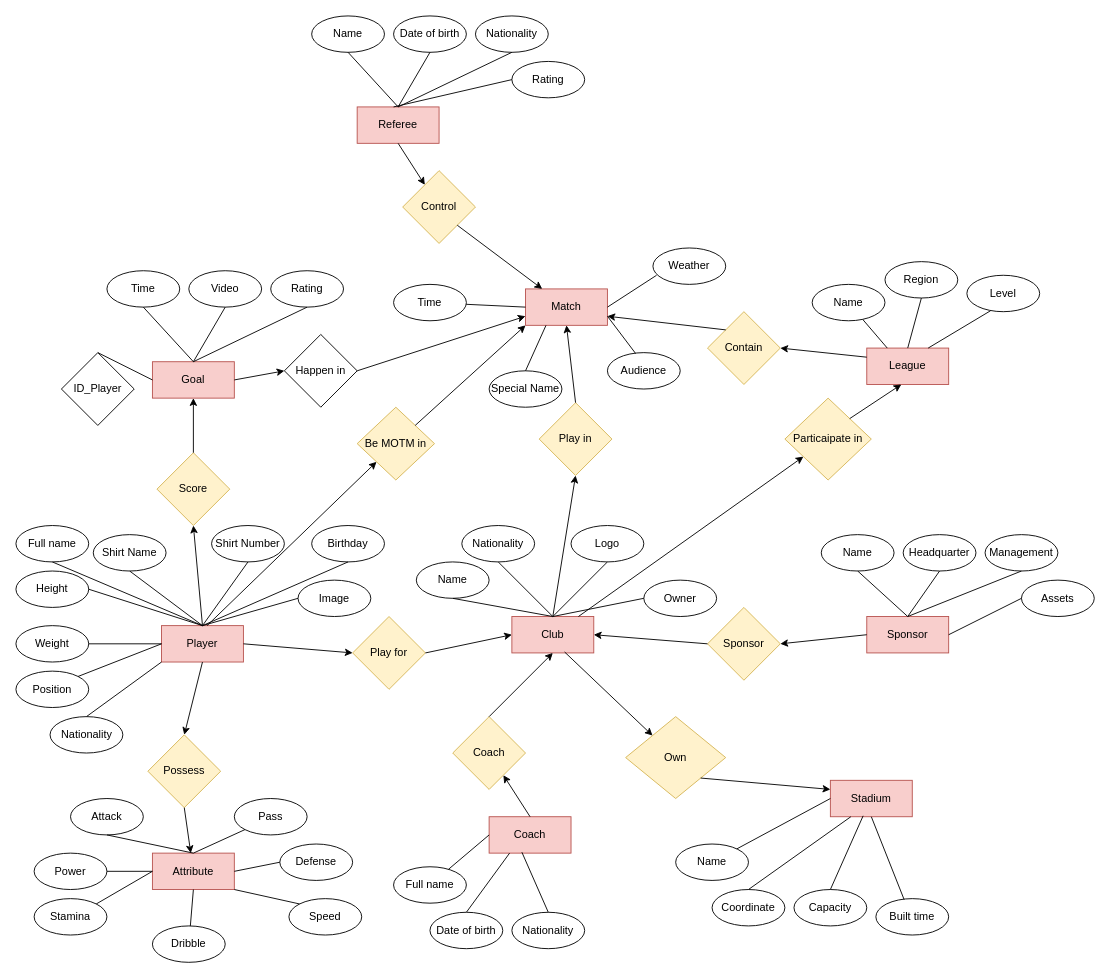
The draw.io diagram P33201/s291193/Lab3/ER_Diagram.drawio in sporrrtik/DataBases_22-23, before the edit. Source tidied: cells renumbered, new cells numbered last; positions are measured from the earlier drawing's top-left corner, leaving out a move shared by most shapes. Both pictures are drawn from the tidied source at 91%, with x=0, y=0 at pixel (15, 15).
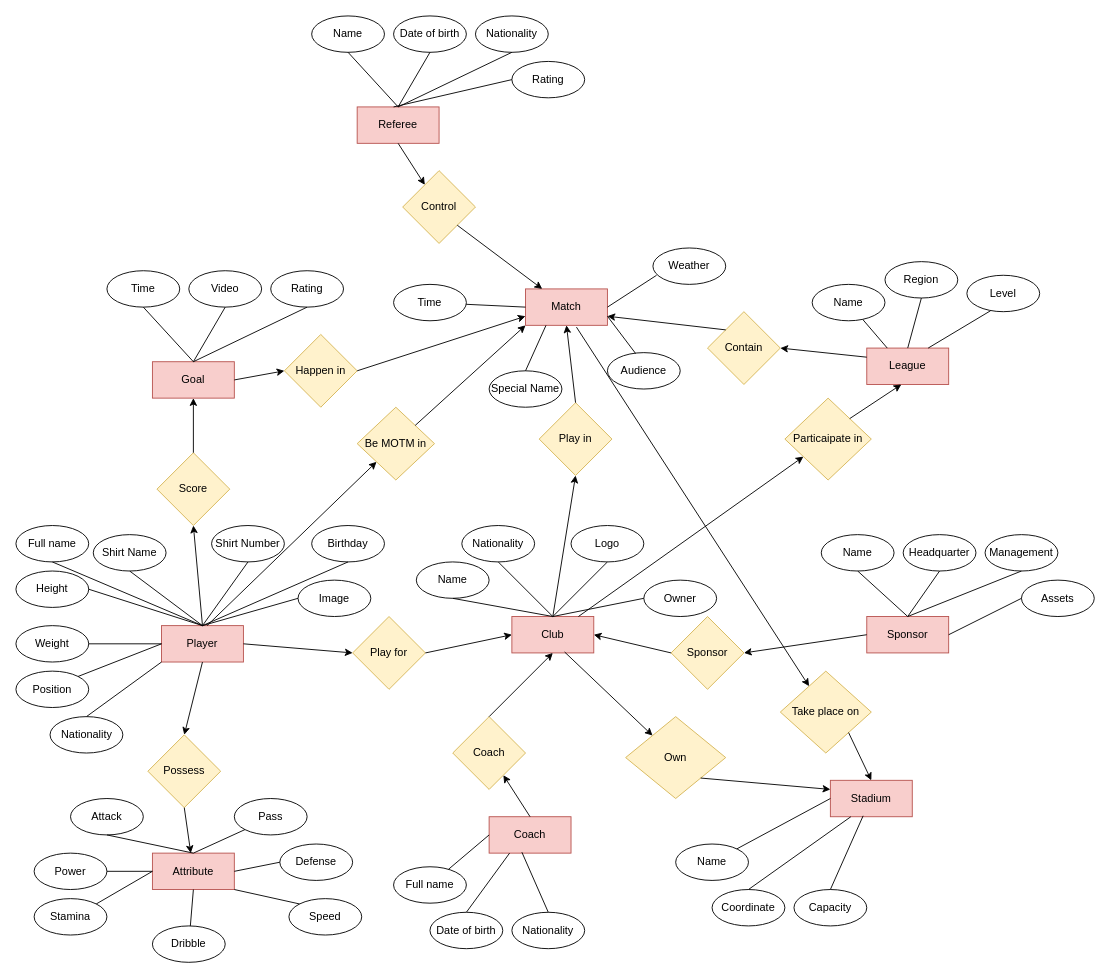
Above is the later version.

Unchanged cells that the change refers to:
```xml
<mxCell id="40" value="Match" style="rounded=0;whiteSpace=wrap;html=1;fillColor=#f8cecc;strokeColor=#b85450;" parent="1" vertex="1">
  <mxGeometry x="560" y="300" width="90" height="40" as="geometry" />
</mxCell>
<mxCell id="49" value="Stadium" style="rounded=0;whiteSpace=wrap;html=1;fillColor=#f8cecc;strokeColor=#b85450;" parent="1" vertex="1">
  <mxGeometry x="895" y="840" width="90" height="40" as="geometry" />
</mxCell>
<mxCell id="58" value="Goal" style="rounded=0;whiteSpace=wrap;html=1;fillColor=#f8cecc;strokeColor=#b85450;" parent="1" vertex="1">
  <mxGeometry x="150" y="380" width="90" height="40" as="geometry" />
</mxCell>
```

Diff of the diagram source:
```diff
@@
     <mxCell id="32" value="Sponsor" style="rhombus;whiteSpace=wrap;html=1;fillColor=#fff2cc;strokeColor=#d6b656;" parent="1" vertex="1">
-      <mxGeometry x="760" y="650" width="80" height="80" as="geometry" />
+      <mxGeometry x="720" y="660" width="80" height="80" as="geometry" />
     </mxCell>
@@
-    <mxCell id="56" value="Built time" style="ellipse;whiteSpace=wrap;html=1;" parent="1" vertex="1">
-      <mxGeometry x="945" y="970" width="80" height="40" as="geometry" />
-    </mxCell>
-    <mxCell id="57" style="endArrow=none;html=1;rounded=0;exitX=0.388;exitY=0.025;exitDx=0;exitDy=0;entryX=0.5;entryY=1;entryDx=0;entryDy=0;exitPerimeter=0;" parent="1" edge="1" source="56" target="49">
-      <mxGeometry relative="1" as="geometry" />
-    </mxCell>
@@
-    <mxCell id="65" style="endArrow=none;html=1;rounded=0;exitX=0.5;exitY=0;exitDx=0;exitDy=0;entryX=0;entryY=0.5;entryDx=0;entryDy=0;" parent="1" edge="1" source="66" target="58">
-      <mxGeometry relative="1" as="geometry" />
-    </mxCell>
-    <mxCell id="66" value="ID_Player" style="rhombus;whiteSpace=wrap;html=1;" parent="1" vertex="1">
-      <mxGeometry x="50" y="370" width="80" height="80" as="geometry" />
-    </mxCell>
@@
-    <mxCell id="123" value="Happen in" style="rhombus;whiteSpace=wrap;html=1;" parent="1" vertex="1">
+    <mxCell id="123" value="Happen in" style="rhombus;whiteSpace=wrap;html=1;fillColor=#fff2cc;strokeColor=#d6b656;" parent="1" vertex="1">
       <mxGeometry x="295" y="350" width="80" height="80" as="geometry" />
     </mxCell>
@@
+    <mxCell id="140" value="Take place on" style="rhombus;whiteSpace=wrap;html=1;fillColor=#fff2cc;strokeColor=#d6b656;" parent="1" vertex="1">
+      <mxGeometry x="840" y="720" width="100" height="90" as="geometry" />
+    </mxCell>
+    <mxCell id="141" style="endArrow=classic;html=1;rounded=0;exitX=0.622;exitY=1.05;exitDx=0;exitDy=0;exitPerimeter=0;" parent="1" edge="1" source="40" target="140">
+      <mxGeometry relative="1" as="geometry" />
+    </mxCell>
+    <mxCell id="142" style="endArrow=classic;html=1;rounded=0;exitX=1;exitY=1;exitDx=0;exitDy=0;entryX=0.5;entryY=0;entryDx=0;entryDy=0;" parent="1" edge="1" source="140" target="49">
+      <mxGeometry relative="1" as="geometry" />
+    </mxCell>
```
